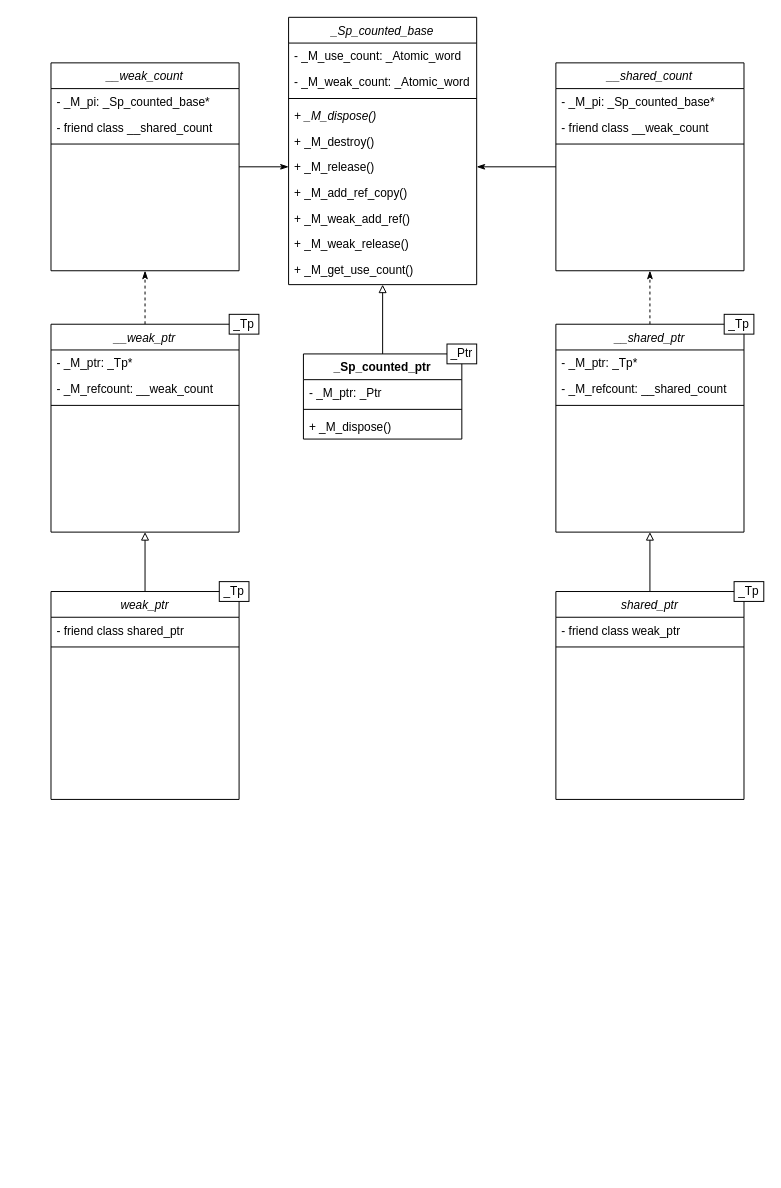
This is shared_ptr/shared_ptr.drawio from bi-an/algo-exercises, a draw.io file, before an edit. Source tidied: cells renumbered, new cells numbered last; positions are measured from the earlier drawing's top-left corner, leaving out a move shared by most shapes. Both pictures are drawn from the tidied source at 99%, with x=0, y=0 at pixel (50, 17).
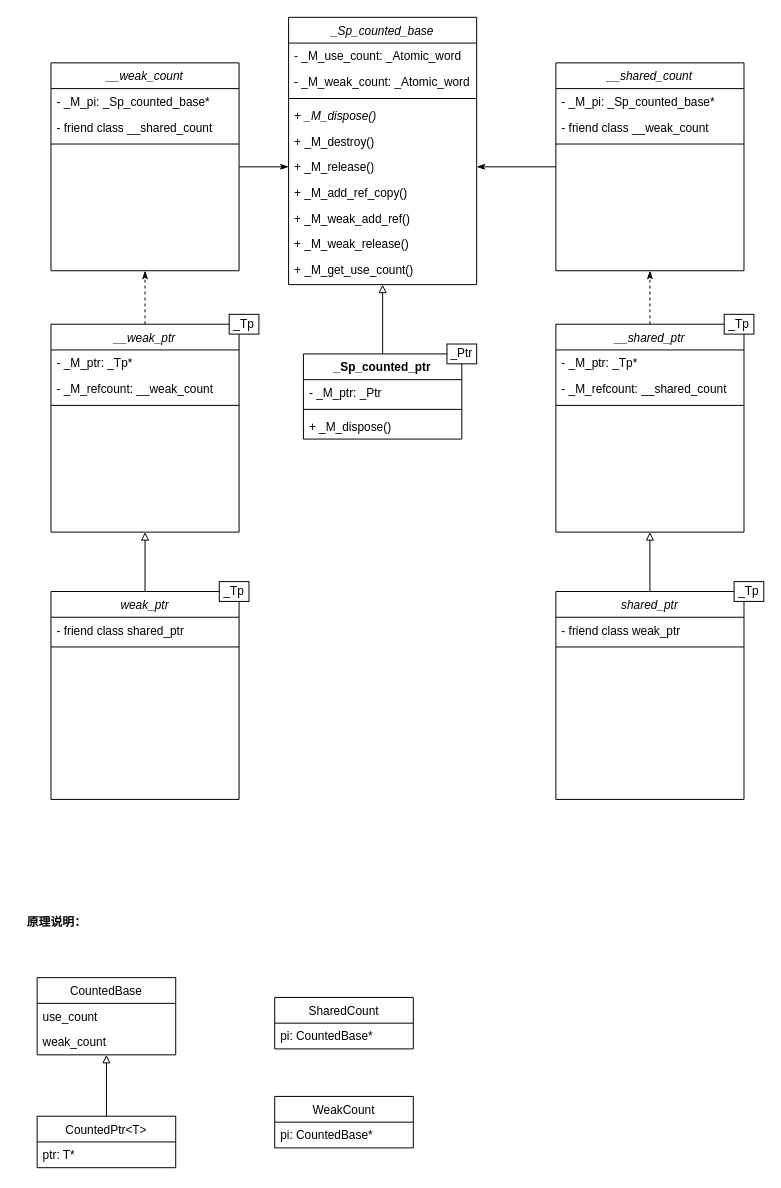
Above is the later version.

What changed in the source:
```diff
@@
+    <mxCell id="51" style="edgeStyle=orthogonalEdgeStyle;rounded=0;jettySize=auto;html=1;endArrow=none;endFill=0;startArrow=block;startFill=0;" parent="1" edge="1" source="52" target="56">
+      <mxGeometry relative="1" as="geometry" />
+    </mxCell>
+    <mxCell id="52" value="CountedBase" style="swimlane;fontStyle=0;horizontal=1;startSize=26;fillColor=none;" parent="1" vertex="1">
+      <mxGeometry x="-14" y="970" width="140" height="78" as="geometry" />
+    </mxCell>
+    <mxCell id="53" value="use_count" style="text;strokeColor=none;fillColor=none;align=left;verticalAlign=top;spacingLeft=4;spacingRight=4;overflow=hidden;" parent="52" vertex="1">
+      <mxGeometry y="26" width="140" height="26" as="geometry" />
+    </mxCell>
+    <mxCell id="54" value="weak_count" style="text;strokeColor=none;fillColor=none;align=left;verticalAlign=top;spacingLeft=4;spacingRight=4;overflow=hidden;" parent="52" vertex="1">
+      <mxGeometry y="52" width="140" height="26" as="geometry" />
+    </mxCell>
+    <mxCell id="55" value="原理说明：" style="text;align=center;fontStyle=1;verticalAlign=middle;spacingLeft=3;spacingRight=3;strokeColor=none;" parent="1" vertex="1">
+      <mxGeometry x="-34" y="900" width="80" height="26" as="geometry" />
+    </mxCell>
+    <mxCell id="56" value="CountedPtr&lt;T&gt;" style="swimlane;fontStyle=0;horizontal=1;startSize=26;fillColor=none;" parent="1" vertex="1">
+      <mxGeometry x="-14" y="1110" width="140" height="52" as="geometry" />
+    </mxCell>
+    <mxCell id="57" value="ptr: T*" style="text;strokeColor=none;fillColor=none;align=left;verticalAlign=top;spacingLeft=4;spacingRight=4;overflow=hidden;" parent="56" vertex="1">
+      <mxGeometry y="26" width="140" height="26" as="geometry" />
+    </mxCell>
+    <mxCell id="58" value="SharedCount" style="swimlane;fontStyle=0;horizontal=1;startSize=26;fillColor=none;" parent="1" vertex="1">
+      <mxGeometry x="226" y="990" width="140" height="52" as="geometry" />
+    </mxCell>
+    <mxCell id="59" value="pi: CountedBase*" style="text;strokeColor=none;fillColor=none;align=left;verticalAlign=top;spacingLeft=4;spacingRight=4;overflow=hidden;" parent="58" vertex="1">
+      <mxGeometry y="26" width="140" height="26" as="geometry" />
+    </mxCell>
+    <mxCell id="60" value="WeakCount" style="swimlane;fontStyle=0;horizontal=1;startSize=26;fillColor=none;" parent="1" vertex="1">
+      <mxGeometry x="226" y="1090" width="140" height="52" as="geometry" />
+    </mxCell>
+    <mxCell id="61" value="pi: CountedBase*" style="text;strokeColor=none;fillColor=none;align=left;verticalAlign=top;spacingLeft=4;spacingRight=4;overflow=hidden;" parent="60" vertex="1">
+      <mxGeometry y="26" width="140" height="26" as="geometry" />
+    </mxCell>
```
